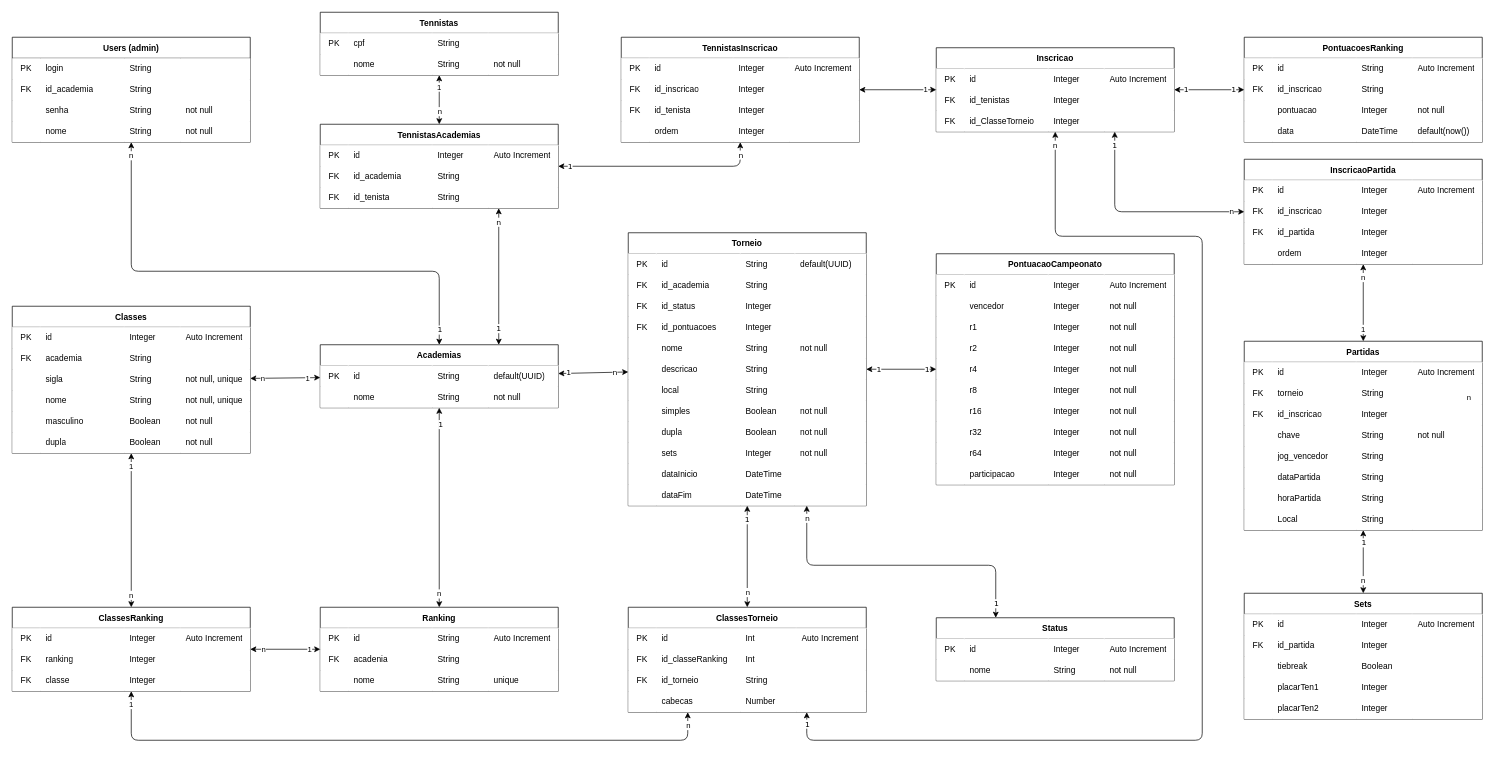
Earlier version of the draw.io diagram prisma/schema2.0.drawio (Vanakaus/projetoRaquete_server). Source tidied: cells renumbered, new cells numbered last; positions are measured from the earlier drawing's top-left corner, leaving out a move shared by most shapes. Both pictures are drawn from the tidied source at 70%, with x=0, y=0 at pixel (12, 12).
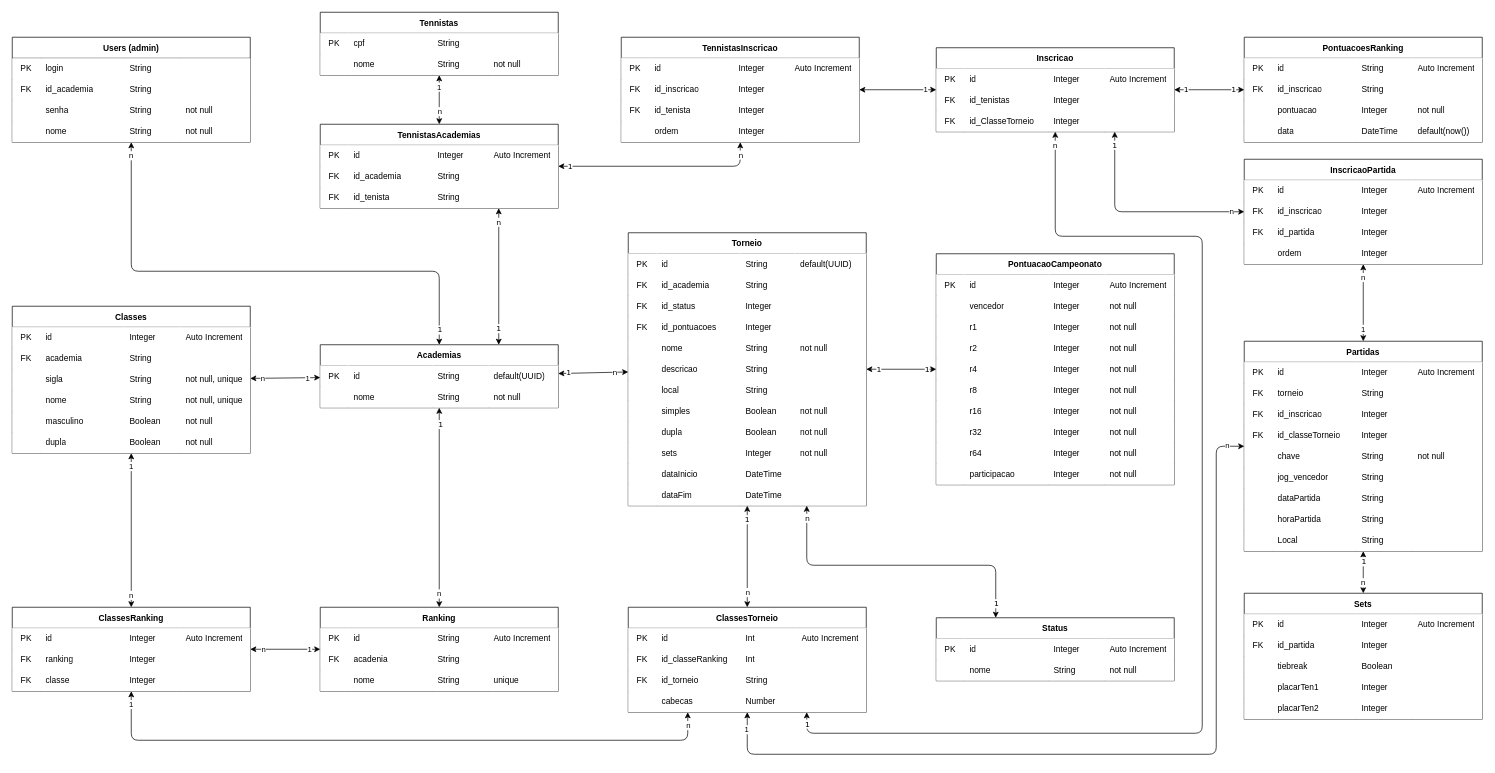
After the change.

Commit message (it also covers changes not shown here):
Adicionando conexao entre partidas e classeTorneio

The change refers to these unchanged cells:
```xml
<mxCell id="204" value="Inscricao" style="shape=table;startSize=30;childLayout=tableLayout;rowLines=0;fontStyle=1;gradientColor=none;fillColor=default;columnLines=0;strokeColor=default;" parent="1" vertex="1">
  <mxGeometry x="1320" y="50.7" width="340" height="120" as="geometry" />
</mxCell>
<mxCell id="382" value="ClassesTorneio" style="shape=table;startSize=30;childLayout=tableLayout;rowLines=0;fontStyle=1;gradientColor=none;fillColor=default;columnLines=0;strokeColor=default;" parent="1" vertex="1">
  <mxGeometry x="880" y="850" width="340" height="150" as="geometry" />
</mxCell>
<mxCell id="450" style="edgeStyle=none;html=1;startArrow=classic;startFill=1;" parent="1" edge="1" source="453" target="204">
  <mxGeometry relative="1" as="geometry" />
</mxCell>
```

What changed in the source:
```diff
@@
     <mxCell id="240" value="Partidas" style="shape=table;startSize=30;childLayout=tableLayout;rowLines=0;fontStyle=1;gradientColor=none;fillColor=default;columnLines=0;strokeColor=default;" parent="1" vertex="1">
-      <mxGeometry x="1760" y="470" width="340" height="270" as="geometry" />
+      <mxGeometry x="1760" y="470" width="340" height="300" as="geometry" />
     </mxCell>
@@
+    <mxCell id="474" style="shape=tableRow;horizontal=0;startSize=0;swimlaneHead=0;swimlaneBody=0;top=0;left=0;bottom=0;right=0;fillColor=none;" parent="240" vertex="1">
+      <mxGeometry y="120" width="340" height="30" as="geometry" />
+    </mxCell>
+    <mxCell id="475" value="FK" style="shape=partialRectangle;html=1;whiteSpace=wrap;fillColor=default;top=0;left=0;bottom=0;right=0;overflow=hidden;strokeColor=#FFFFFF;" parent="474" vertex="1">
+      <mxGeometry width="40" height="30" as="geometry" />
+    </mxCell>
+    <mxCell id="476" value="id_classeTorneio" style="shape=partialRectangle;html=1;whiteSpace=wrap;fillColor=default;top=0;left=0;bottom=0;right=0;align=left;spacingLeft=6;overflow=hidden;strokeColor=#FFFFFF;" parent="474" vertex="1">
+      <mxGeometry x="40" width="120" height="30" as="geometry" />
+    </mxCell>
+    <mxCell id="477" value="Integer" style="shape=partialRectangle;html=1;whiteSpace=wrap;fillColor=default;top=0;left=0;bottom=0;right=0;align=left;spacingLeft=6;overflow=hidden;strokeColor=#FFFFFF;" parent="474" vertex="1">
+      <mxGeometry x="160" width="80" height="30" as="geometry" />
+    </mxCell>
+    <mxCell id="478" style="shape=partialRectangle;html=1;whiteSpace=wrap;fillColor=default;top=0;left=0;bottom=0;right=0;align=left;spacingLeft=6;overflow=hidden;strokeColor=#FFFFFF;" parent="474" vertex="1">
+      <mxGeometry x="240" width="100" height="30" as="geometry" />
+    </mxCell>
     <mxCell id="256" style="shape=tableRow;horizontal=0;startSize=0;swimlaneHead=0;swimlaneBody=0;top=0;left=0;bottom=0;right=0;fillColor=none;" parent="240" vertex="1">
-      <mxGeometry y="120" width="340" height="30" as="geometry" />
+      <mxGeometry y="150" width="340" height="30" as="geometry" />
     </mxCell>
@@
     <mxCell id="261" style="shape=tableRow;horizontal=0;startSize=0;swimlaneHead=0;swimlaneBody=0;top=0;left=0;bottom=0;right=0;fillColor=none;" parent="240" vertex="1">
-      <mxGeometry y="150" width="340" height="30" as="geometry" />
+      <mxGeometry y="180" width="340" height="30" as="geometry" />
     </mxCell>
@@
     <mxCell id="266" style="shape=tableRow;horizontal=0;startSize=0;swimlaneHead=0;swimlaneBody=0;top=0;left=0;bottom=0;right=0;fillColor=none;" parent="240" vertex="1">
-      <mxGeometry y="180" width="340" height="30" as="geometry" />
+      <mxGeometry y="210" width="340" height="30" as="geometry" />
     </mxCell>
@@
     <mxCell id="271" style="shape=tableRow;horizontal=0;startSize=0;swimlaneHead=0;swimlaneBody=0;top=0;left=0;bottom=0;right=0;fillColor=none;" parent="240" vertex="1">
-      <mxGeometry y="210" width="340" height="30" as="geometry" />
+      <mxGeometry y="240" width="340" height="30" as="geometry" />
     </mxCell>
@@
     <mxCell id="276" style="shape=tableRow;horizontal=0;startSize=0;swimlaneHead=0;swimlaneBody=0;top=0;left=0;bottom=0;right=0;fillColor=none;" parent="240" vertex="1">
-      <mxGeometry y="240" width="340" height="30" as="geometry" />
+      <mxGeometry y="270" width="340" height="30" as="geometry" />
     </mxCell>
@@
     <mxCell id="379" style="edgeStyle=none;html=1;startArrow=classic;startFill=1;exitX=0.75;exitY=1;exitDx=0;exitDy=0;" parent="1" edge="1" source="382" target="204">
       <mxGeometry relative="1" as="geometry">
         <Array as="points">
-          <mxPoint x="1135" y="1040" />
-          <mxPoint x="1700" y="1040" />
+          <mxPoint x="1135" y="1030" />
+          <mxPoint x="1700" y="1030" />
           <mxPoint x="1700" y="320" />
           <mxPoint x="1490" y="320" />
         </Array>
       </mxGeometry>
     </mxCell>
@@
-    <mxCell id="451" value="n" style="edgeLabel;html=1;align=center;verticalAlign=middle;" parent="450" vertex="1">
-      <mxGeometry x="-0.71" relative="1" as="geometry">
-        <mxPoint x="854" y="439" as="offset" />
-      </mxGeometry>
-    </mxCell>
@@
+    <mxCell id="479" style="edgeStyle=none;html=1;exitX=0.5;exitY=1;exitDx=0;exitDy=0;entryX=0;entryY=0.5;entryDx=0;entryDy=0;startArrow=classic;startFill=1;" parent="1" edge="1" source="382" target="240">
+      <mxGeometry relative="1" as="geometry">
+        <Array as="points">
+          <mxPoint x="1050" y="1060" />
+          <mxPoint x="1720" y="1060" />
+          <mxPoint x="1720" y="620" />
+        </Array>
+      </mxGeometry>
+    </mxCell>
+    <mxCell id="451" value="n" style="edgeLabel;html=1;align=center;verticalAlign=middle;" parent="479" vertex="1">
+      <mxGeometry x="0.95" y="-4" relative="1" as="geometry">
+        <mxPoint x="5" y="-6" as="offset" />
+      </mxGeometry>
+    </mxCell>
+    <mxCell id="480" value="1" style="edgeLabel;html=1;align=center;verticalAlign=middle;" parent="479" vertex="1">
+      <mxGeometry x="-0.96" y="-2" relative="1" as="geometry" />
+    </mxCell>
```
